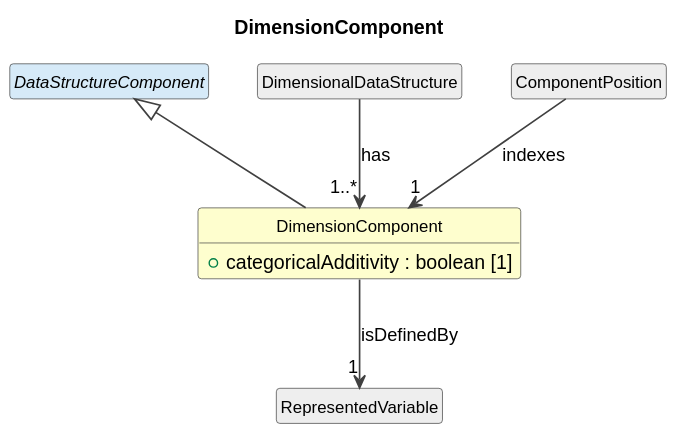
The PlantUML diagram cdif-uml-model/_plantuml/cdifDataStructure/Classes/DimensionComponent.svg in Cross-Domain-Interoperability-Framework/metadataBuildingBlocks, before a commit.
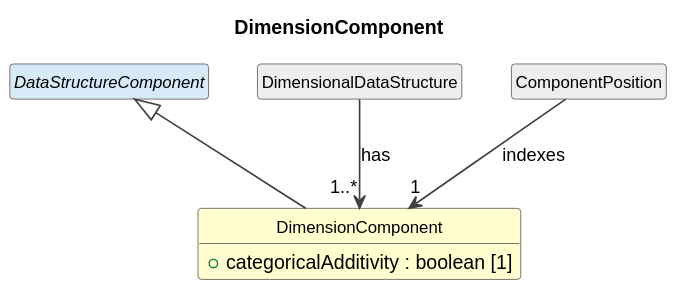
The same diagram one commit later.

What changed in the source:
```diff
@@ -17,8 +17,6 @@
 DataStructureComponent <|-- DimensionComponent
 class "DimensionalDataStructure" as DimensionalDataStructure #EEEEEE
 DimensionalDataStructure --> "1..*" DimensionComponent : has
-class "RepresentedVariable" as RepresentedVariable #EEEEEE
-DimensionComponent --> "1" RepresentedVariable : isDefinedBy
 class "ComponentPosition" as ComponentPosition #EEEEEE
 ComponentPosition --> "1" DimensionComponent : indexes
 @enduml
```
